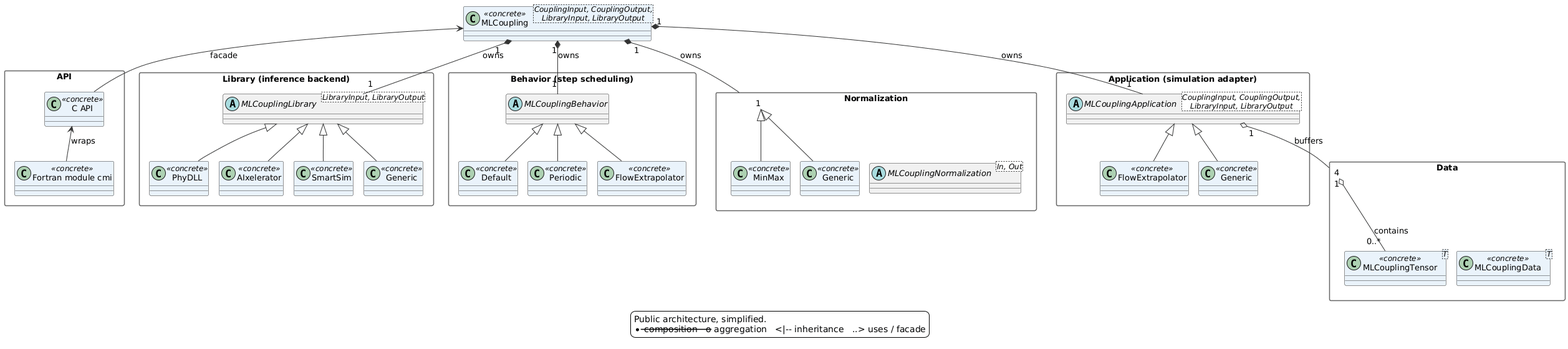
This is documentation/CPP_ML_Interface_Simplified.png from chrisb09/CPP-ML-Interface, a PlantUML export, as it was before one commit.
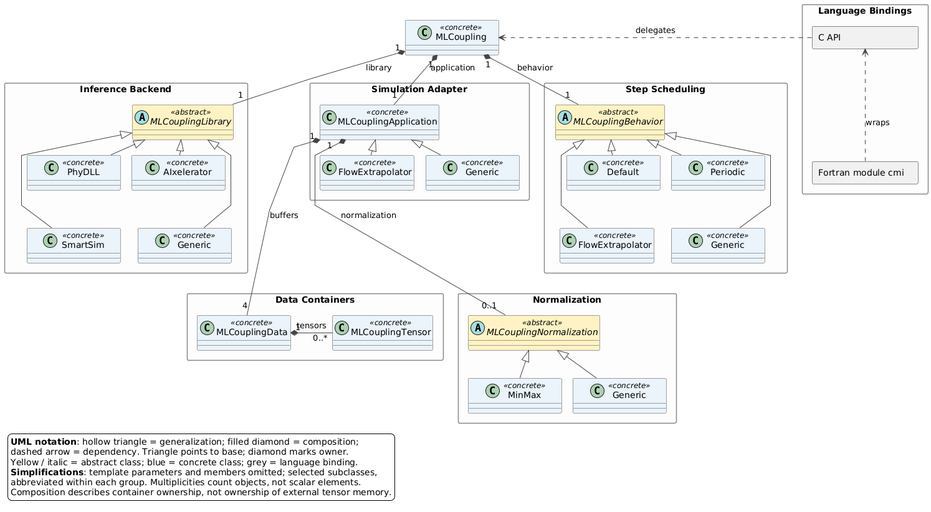
Later version of the same file.

What changed in the source:
```diff
@@ -1,89 +1,112 @@
 @startuml CPP_ML_Interface_Simplified
 
+allowmixing
 top to bottom direction
 skinparam classAttributeIconSize 0
 skinparam backgroundColor #FFFFFF
+skinparam shadowing false
 skinparam packageStyle rectangle
-skinparam nodesep 16
-skinparam ranksep 30
+skinparam nodesep 18
+skinparam ranksep 24
+skinparam linetype polyline
+skinparam minClassWidth 150
 skinparam class {
+    BackgroundColor #EAF3FB
     BackgroundColor<<abstract>> #FFF3C4
-    BackgroundColor<<concrete>> #EAF3FB
-    BorderColor #333333
-    ArrowColor #333333
-    FontSize 13
+    BorderColor #444444
+    ArrowColor #444444
+    FontSize 14
 }
 skinparam package {
-    BorderColor #666666
+    BorderColor #888888
     BackgroundColor #FCFCFC
-    FontSize 13
+    FontSize 14
 }
 
-class "MLCoupling<CouplingInput, CouplingOutput,\nLibraryInput, LibraryOutput>" as Coupling <<concrete>>
-
-package "API" {
-    class "C API" as CApi <<concrete>>
-    class "Fortran module cmi" as Fortran <<concrete>>
+package "Language Bindings" as API {
+    rectangle "C API" as CApi
+    rectangle "Fortran module cmi" as Fortran
+    Fortran ..up.> CApi : wraps
 }
 
-package "Library (inference backend)" {
-    abstract class "MLCouplingLibrary<LibraryInput, LibraryOutput>" as Library
+class "MLCoupling" as Coupling <<concrete>>
+
+package "Inference Backend" as Libraries {
+    abstract class "MLCouplingLibrary" as Library <<abstract>>
     class "PhyDLL" as LibPhy <<concrete>>
     class "AIxelerator" as LibAix <<concrete>>
     class "SmartSim" as LibSs <<concrete>>
     class "Generic" as LibGen <<concrete>>
+    Library <|-- LibPhy
+    Library <|-- LibAix
+    Library <|-- LibSs
+    Library <|-- LibGen
+    LibPhy -[hidden]right- LibAix
+    LibPhy -[hidden]down- LibSs
+    LibAix -[hidden]down- LibGen
+    LibSs -[hidden]right- LibGen
 }
 
-package "Behavior (step scheduling)" {
-    abstract class "MLCouplingBehavior" as Behavior
+package "Step Scheduling" as Behaviors {
+    abstract class "MLCouplingBehavior" as Behavior <<abstract>>
     class "Default" as BehDefault <<concrete>>
     class "Periodic" as BehPeriodic <<concrete>>
     class "FlowExtrapolator" as BehFlow <<concrete>>
+    class "Generic" as BehGen <<concrete>>
+    Behavior <|-- BehDefault
+    Behavior <|-- BehPeriodic
+    Behavior <|-- BehFlow
+    Behavior <|-- BehGen
+    BehDefault -[hidden]right- BehPeriodic
+    BehDefault -[hidden]down- BehFlow
+    BehPeriodic -[hidden]down- BehGen
+    BehFlow -[hidden]right- BehGen
 }
 
-package "Normalization" {
-    abstract class "MLCouplingNormalization<In, Out>" as Normalization
+package "Simulation Adapter" as Applications {
+    class "MLCouplingApplication" as Application <<concrete>>
+    class "FlowExtrapolator" as AppFlow <<concrete>>
+    class "Generic" as AppGen <<concrete>>
+    Application <|-- AppFlow
+    Application <|-- AppGen
+    AppFlow -[hidden]right- AppGen
+}
+
+package "Normalization" as Normalizations {
+    abstract class "MLCouplingNormalization" as Normalization <<abstract>>
     class "MinMax" as NormMinMax <<concrete>>
     class "Generic" as NormGen <<concrete>>
+    Normalization <|-- NormMinMax
+    Normalization <|-- NormGen
+    NormMinMax -[hidden]right- NormGen
 }
 
-package "Application (simulation adapter)" {
-    abstract class "MLCouplingApplication<CouplingInput, CouplingOutput,\nLibraryInput, LibraryOutput>" as Application
-    class "FlowExtrapolator" as AppFlow <<concrete>>
-    class "Generic" as AppGen <<concrete>>
+package "Data Containers" as Containers {
+    class "MLCouplingData" as Data <<concrete>>
+    class "MLCouplingTensor" as Tensor <<concrete>>
+    Data "1" *-right- "0..*" Tensor : tensors
 }
 
-package "Data" {
-    class "MLCouplingData<T>" as Data <<concrete>>
-    class "MLCouplingTensor<T>" as Tensor <<concrete>>
-}
+CApi ..right.> Coupling : delegates
+Coupling "1" *-down- "1" Library : library
+Coupling "1" *-down- "1" Behavior : behavior
+Coupling "1" *-down- "1" Application : application
+Application "1" *-down- "0..1" Normalization : normalization
+Application "1" *-down- "4" Data : buffers
 
-Coupling "1" *-- "1" Library : owns
-Coupling "1" *-- "1" Behavior : owns
-Coupling "1" *-- "1" Normalization : owns
-Coupling "1" *-- "1" Application : owns
+Library -[hidden]right- Application
+Application -[hidden]right- Behavior
+LibGen -[hidden]down- Data
+BehFlow -[hidden]down- Normalization
+Data -[hidden]right- Normalization
 
-Library <|-- LibPhy
-Library <|-- LibAix
-Library <|-- LibSs
-Library <|-- LibGen
-Behavior <|-- BehDefault
-Behavior <|-- BehPeriodic
-Behavior <|-- BehFlow
-Normalization <|-- NormMinMax
-Normalization <|-- NormGen
-Application <|-- AppFlow
-Application <|-- AppGen
-
-Application "1" o-- "4" Data : buffers
-Data "1" o-- "0..*" Tensor : contains
-
-CApi -up-> Coupling : facade
-Fortran -up-> CApi : wraps
-
-legend bottom
-  Public architecture, simplified.
-  *-- composition   o-- aggregation   <|-- inheritance   ..> uses / facade
+legend bottom left
+  <b>UML notation</b>: hollow triangle = generalization; filled diamond = composition;
+  dashed arrow = dependency. Triangle points to base; diamond marks owner.
+  Yellow / italic = abstract class; blue = concrete class; grey = language binding.
+  <b>Simplifications</b>: template parameters and members omitted; selected subclasses,
+  abbreviated within each group. Multiplicities count objects, not scalar elements.
+  Composition describes container ownership, not ownership of external tensor memory.
 endlegend
 
 @enduml
```
